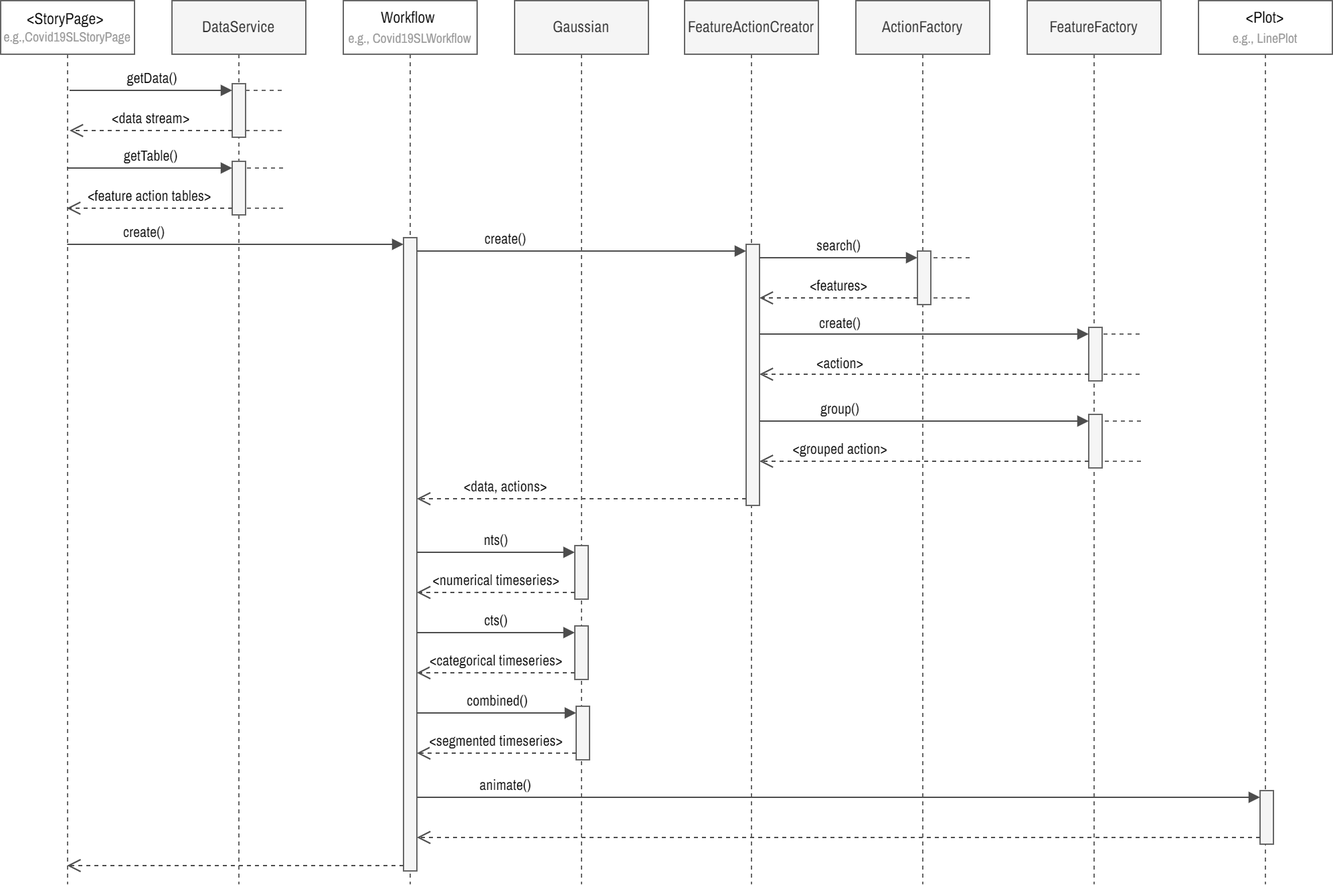
Before: public/static/doc/sequence-diagram.png, a diagram exported from draw.io (saifulkhan/storytelling-vis). Source tidied: cells renumbered, new cells last; positions are measured from the earlier drawing's top-left corner, leaving out a move shared by most shapes.
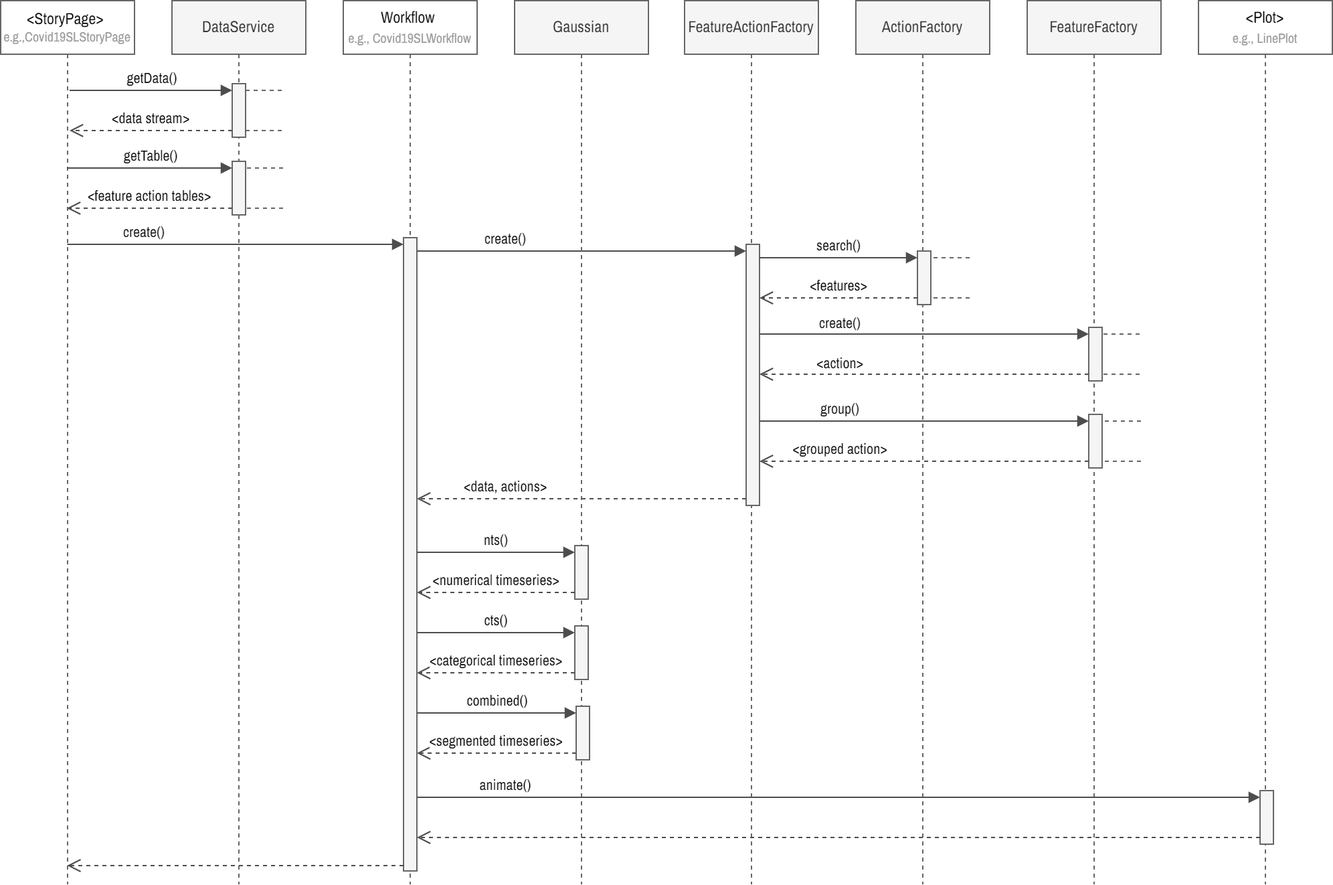
The same file after the commit.

The edit, as a diff of the source:
```diff
@@ -11,7 +11,7 @@
     <mxCell id="4" style="html=1;points=[[0,0,0,0,5],[0,1,0,0,-5],[1,0,0,0,5],[1,1,0,0,-5]];perimeter=orthogonalPerimeter;outlineConnect=0;targetShapes=umlLifeline;portConstraint=eastwest;newEdgeStyle={&quot;curved&quot;:0,&quot;rounded&quot;:0};fontFamily=Archivo Narrow;fontSource=https%3A%2F%2Ffonts.googleapis.com%2Fcss%3Ffamily%3DArchivo%2BNarrow;fillColor=#f5f5f5;fontColor=#333333;strokeColor=#666666;" parent="3" vertex="1">
       <mxGeometry x="45" y="177" width="10" height="473" as="geometry" />
     </mxCell>
-    <mxCell id="5" value="&lt;font&gt;&lt;span&gt;FeatureActionCreator&lt;/span&gt;&lt;/font&gt;" style="shape=umlLifeline;perimeter=lifelinePerimeter;whiteSpace=wrap;html=1;newEdgeStyle={&quot;curved&quot;:0,&quot;rounded&quot;:0};fontFamily=Archivo Narrow;fontSource=https%3A%2F%2Ffonts.googleapis.com%2Fcss%3Ffamily%3DArchivo%2BNarrow;fillColor=#f5f5f5;fontColor=#333333;strokeColor=#666666;fontStyle=0;" parent="1" vertex="1">
+    <mxCell id="5" value="&lt;font&gt;&lt;span&gt;FeatureActionFactory&lt;/span&gt;&lt;/font&gt;" style="shape=umlLifeline;perimeter=lifelinePerimeter;whiteSpace=wrap;html=1;newEdgeStyle={&quot;curved&quot;:0,&quot;rounded&quot;:0};fontFamily=Archivo Narrow;fontSource=https%3A%2F%2Ffonts.googleapis.com%2Fcss%3Ffamily%3DArchivo%2BNarrow;fillColor=#f5f5f5;fontColor=#333333;strokeColor=#666666;fontStyle=0;" parent="1" vertex="1">
       <mxGeometry x="511" width="100" height="660" as="geometry" />
     </mxCell>
     <mxCell id="6" style="html=1;points=[[0,0,0,0,5],[0,1,0,0,-5],[1,0,0,0,5],[1,1,0,0,-5]];perimeter=orthogonalPerimeter;outlineConnect=0;targetShapes=umlLifeline;portConstraint=eastwest;newEdgeStyle={&quot;curved&quot;:0,&quot;rounded&quot;:0};fontFamily=Archivo Narrow;fontSource=https%3A%2F%2Ffonts.googleapis.com%2Fcss%3Ffamily%3DArchivo%2BNarrow;fillColor=#f5f5f5;fontColor=#333333;strokeColor=#666666;" parent="5" vertex="1">
```
